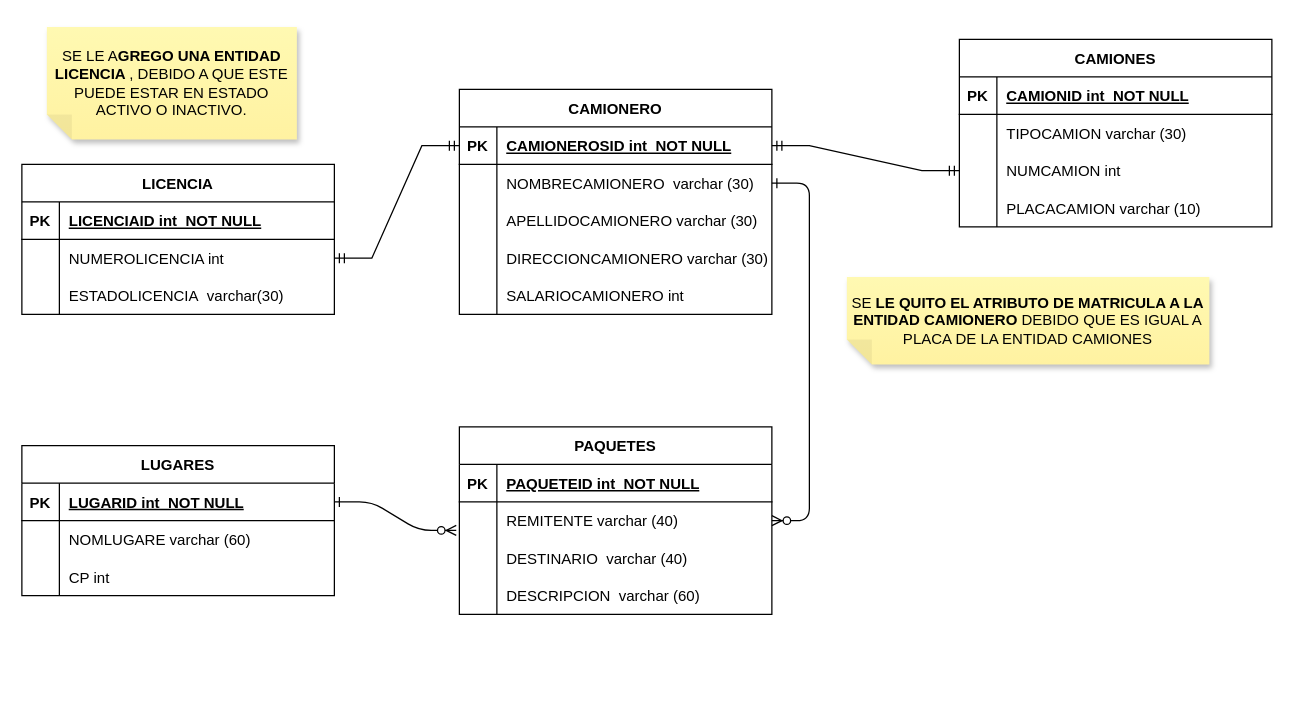
This is THIRDCONSOLIDATED .drawio from LiannMelanny/DATABASE-DIAGRAM, a draw.io file, before an edit. Source tidied: cells renumbered, new cells numbered last; positions are measured from the earlier drawing's top-left corner, leaving out a move shared by most shapes. Both pictures are drawn from the tidied source at 125%, with x=0, y=0 at pixel (21, 26).
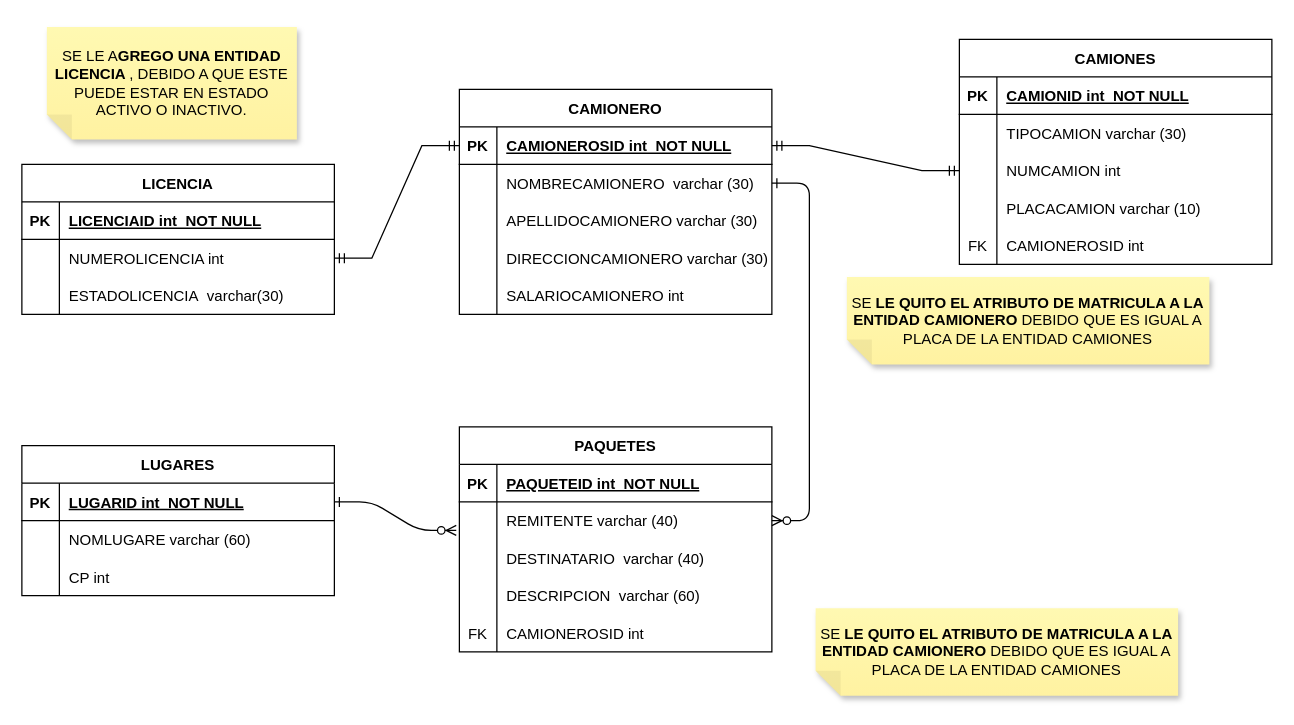
The same diagram, later.

Unchanged cells that the change refers to:
```xml
<mxCell id="23" style="shape=partialRectangle;fillColor=none;top=0;left=0;right=0;bottom=0;" parent="16" vertex="1">
  <mxGeometry y="90" width="250" height="30" as="geometry" />
</mxCell>
```

Diff of the diagram source:
```diff
@@
     <mxCell id="3" value="CAMIONES" style="shape=table;startSize=30;childLayout=tableLayout;rowLines=0;fontStyle=1;align=center;" parent="1" vertex="1">
-      <mxGeometry x="750" y="10" width="250" height="150" as="geometry" />
+      <mxGeometry x="750" y="10" width="250" height="180" as="geometry" />
     </mxCell>
@@
+    <mxCell id="70" style="shape=partialRectangle;fillColor=none;top=0;left=0;right=0;bottom=0;" parent="3" vertex="1">
+      <mxGeometry y="150" width="250" height="30" as="geometry" />
+    </mxCell>
+    <mxCell id="71" value="FK" style="shape=partialRectangle;overflow=hidden;fillColor=none;top=0;left=0;bottom=0;right=0;" parent="70" vertex="1">
+      <mxGeometry width="30" height="30" as="geometry" />
+    </mxCell>
+    <mxCell id="72" value="CAMIONEROSID int" style="shape=partialRectangle;overflow=hidden;fillColor=none;top=0;left=0;bottom=0;right=0;align=left;spacingLeft=6;fontStyle=0;" parent="70" vertex="1">
+      <mxGeometry x="30" width="220" height="30" as="geometry" />
+    </mxCell>
     <mxCell id="16" value="PAQUETES" style="shape=table;startSize=30;childLayout=tableLayout;rowLines=0;fontStyle=1;align=center;" parent="1" vertex="1">
-      <mxGeometry x="350" y="320" width="250" height="150" as="geometry" />
+      <mxGeometry x="350" y="320" width="250" height="180" as="geometry" />
     </mxCell>
@@
-    <mxCell id="25" value="DESTINARIO  varchar (40)" style="shape=partialRectangle;overflow=hidden;fillColor=none;top=0;left=0;bottom=0;right=0;align=left;spacingLeft=6;" parent="23" vertex="1">
+    <mxCell id="25" value="DESTINATARIO  varchar (40)" style="shape=partialRectangle;overflow=hidden;fillColor=none;top=0;left=0;bottom=0;right=0;align=left;spacingLeft=6;" parent="23" vertex="1">
       <mxGeometry x="30" width="220" height="30" as="geometry" />
     </mxCell>
@@
+    <mxCell id="73" style="shape=partialRectangle;fillColor=none;top=0;left=0;right=0;bottom=0;" parent="16" vertex="1">
+      <mxGeometry y="150" width="250" height="30" as="geometry" />
+    </mxCell>
+    <mxCell id="74" value="FK" style="shape=partialRectangle;overflow=hidden;fillColor=none;top=0;left=0;bottom=0;right=0;" parent="73" vertex="1">
+      <mxGeometry width="30" height="30" as="geometry" />
+    </mxCell>
+    <mxCell id="75" value="CAMIONEROSID int" style="shape=partialRectangle;overflow=hidden;fillColor=none;top=0;left=0;bottom=0;right=0;align=left;spacingLeft=6;" parent="73" vertex="1">
+      <mxGeometry x="30" width="220" height="30" as="geometry" />
+    </mxCell>
@@
+    <mxCell id="76" value="SE &lt;b&gt;LE QUITO EL ATRIBUTO DE MATRICULA A LA ENTIDAD CAMIONERO&amp;nbsp;&lt;/b&gt;DEBIDO QUE ES IGUAL A PLACA DE LA ENTIDAD CAMIONES" style="shape=note;whiteSpace=wrap;html=1;backgroundOutline=1;fontColor=#000000;darkOpacity=0.05;fillColor=#FFF9B2;strokeColor=none;fillStyle=solid;direction=west;gradientDirection=north;gradientColor=#FFF2A1;shadow=1;size=20;" parent="1" vertex="1">
+      <mxGeometry x="635" y="465" width="290" height="70" as="geometry" />
+    </mxCell>
```
